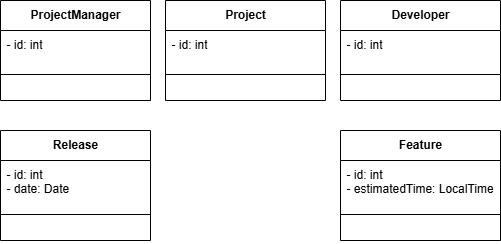
johnansa-miu/mpp keeps this draw.io diagram as lab1/problem3.png. Above is the earlier version. Source tidied: cells renumbered, new cells last; positions are measured from the earlier drawing's top-left corner, leaving out a move shared by most shapes.
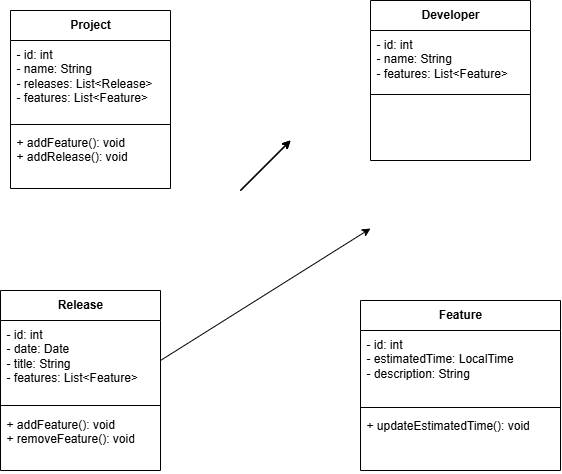
The same file after the commit.

What changed in the source:
```diff
@@ -2,65 +2,76 @@
   <root>
     <mxCell id="0" />
     <mxCell id="1" parent="0" />
-    <mxCell id="2" value="ProjectManager" style="swimlane;fontStyle=1;align=center;verticalAlign=top;horizontal=1;startSize=30;whiteSpace=wrap;html=1;" parent="1" vertex="1">
-      <mxGeometry width="150" height="100" as="geometry" />
-    </mxCell>
-    <mxCell id="3" value="- id: int" style="text;strokeColor=none;fillColor=none;align=left;verticalAlign=top;spacingLeft=4;spacingRight=4;overflow=hidden;whiteSpace=wrap;html=1;" parent="2" vertex="1">
-      <mxGeometry y="30" width="150" height="40" as="geometry" />
-    </mxCell>
-    <mxCell id="4" style="line;strokeWidth=1;fillColor=none;align=left;verticalAlign=middle;spacingTop=-1;spacingLeft=3;spacingRight=3;labelPosition=right;strokeColor=inherit;" parent="2" vertex="1">
-      <mxGeometry y="70" width="150" height="8" as="geometry" />
-    </mxCell>
-    <mxCell id="5" value="&lt;br&gt;&lt;div&gt;&lt;br&gt;&lt;/div&gt;&lt;div&gt;&lt;br&gt;&lt;/div&gt;&lt;div&gt;&lt;br&gt;&lt;/div&gt;" style="text;strokeColor=none;fillColor=none;align=left;verticalAlign=top;spacingLeft=4;spacingRight=4;overflow=hidden;whiteSpace=wrap;html=1;" parent="2" vertex="1">
-      <mxGeometry y="78" width="150" height="22" as="geometry" />
-    </mxCell>
     <mxCell id="6" value="Project" style="swimlane;fontStyle=1;align=center;verticalAlign=top;horizontal=1;startSize=30;whiteSpace=wrap;html=1;" parent="1" vertex="1">
-      <mxGeometry x="165" width="160" height="100" as="geometry" />
+      <mxGeometry x="-20" y="-10" width="160" height="178" as="geometry" />
     </mxCell>
-    <mxCell id="7" value="- id: int" style="text;strokeColor=none;fillColor=none;align=left;verticalAlign=top;spacingLeft=4;spacingRight=4;overflow=hidden;whiteSpace=wrap;html=1;" parent="6" vertex="1">
-      <mxGeometry y="30" width="160" height="40" as="geometry" />
+    <mxCell id="7" value="- id: int&lt;div&gt;- name: String&lt;/div&gt;&lt;div&gt;- releases&lt;span style=&quot;color: light-dark(rgb(0, 0, 0), rgb(255, 255, 255)); white-space-collapse: preserve; background-color: transparent;&quot;&gt;: List&amp;lt;Release&amp;gt;&lt;/span&gt;&lt;/div&gt;&lt;div&gt;- f&lt;span style=&quot;color: light-dark(rgb(0, 0, 0), rgb(255, 255, 255)); white-space-collapse: preserve; background-color: transparent;&quot;&gt;eatures: List&amp;lt;Feature&amp;gt;&lt;/span&gt;&lt;span style=&quot;color: light-dark(rgb(0, 0, 0), rgb(255, 255, 255)); white-space-collapse: preserve; background-color: transparent;&quot;&gt;&lt;/span&gt;&lt;/div&gt;" style="text;strokeColor=none;fillColor=none;align=left;verticalAlign=top;spacingLeft=4;spacingRight=4;overflow=hidden;whiteSpace=wrap;html=1;" parent="6" vertex="1">
+      <mxGeometry y="30" width="160" height="80" as="geometry" />
     </mxCell>
     <mxCell id="8" style="line;strokeWidth=1;fillColor=none;align=left;verticalAlign=middle;spacingTop=-1;spacingLeft=3;spacingRight=3;labelPosition=right;strokeColor=inherit;" parent="6" vertex="1">
-      <mxGeometry y="70" width="160" height="8" as="geometry" />
+      <mxGeometry y="110" width="160" height="8" as="geometry" />
     </mxCell>
-    <mxCell id="9" value="&lt;br&gt;&lt;div&gt;&lt;br&gt;&lt;/div&gt;&lt;div&gt;&lt;br&gt;&lt;/div&gt;&lt;div&gt;&lt;br&gt;&lt;/div&gt;" style="text;strokeColor=none;fillColor=none;align=left;verticalAlign=top;spacingLeft=4;spacingRight=4;overflow=hidden;whiteSpace=wrap;html=1;" parent="6" vertex="1">
-      <mxGeometry y="78" width="160" height="22" as="geometry" />
+    <mxCell id="9" value="&lt;div&gt;+ addFeature(): void&lt;div&gt;+ addRelease(): void&lt;/div&gt;&lt;/div&gt;" style="text;strokeColor=none;fillColor=none;align=left;verticalAlign=top;spacingLeft=4;spacingRight=4;overflow=hidden;whiteSpace=wrap;html=1;" parent="6" vertex="1">
+      <mxGeometry y="118" width="160" height="60" as="geometry" />
     </mxCell>
     <mxCell id="10" value="Release" style="swimlane;fontStyle=1;align=center;verticalAlign=top;horizontal=1;startSize=30;whiteSpace=wrap;html=1;" parent="1" vertex="1">
-      <mxGeometry y="130" width="150" height="110" as="geometry" />
+      <mxGeometry x="-30" y="270" width="160" height="180" as="geometry" />
     </mxCell>
-    <mxCell id="11" value="- id: int&lt;div&gt;&lt;span style=&quot;background-color: transparent; color: light-dark(rgb(0, 0, 0), rgb(255, 255, 255));&quot;&gt;- date: Date&lt;/span&gt;&lt;/div&gt;" style="text;strokeColor=none;fillColor=none;align=left;verticalAlign=top;spacingLeft=4;spacingRight=4;overflow=hidden;points=[[0,0.5],[1,0.5]];portConstraint=eastwest;whiteSpace=wrap;html=1;" parent="10" vertex="1">
-      <mxGeometry y="30" width="150" height="50" as="geometry" />
+    <mxCell id="11" value="- id: int&lt;div&gt;&lt;span style=&quot;background-color: transparent; color: light-dark(rgb(0, 0, 0), rgb(255, 255, 255));&quot;&gt;- date: Date&lt;br&gt;&lt;/span&gt;- title: String&lt;span style=&quot;background-color: transparent; color: light-dark(rgb(0, 0, 0), rgb(255, 255, 255));&quot;&gt;&lt;/span&gt;&lt;/div&gt;&lt;div&gt;- f&lt;span style=&quot;white-space-collapse: preserve; background-color: transparent; color: light-dark(rgb(0, 0, 0), rgb(255, 255, 255));&quot;&gt;eatures: List&amp;lt;Feature&amp;gt;&lt;/span&gt;&lt;/div&gt;" style="text;strokeColor=none;fillColor=none;align=left;verticalAlign=top;spacingLeft=4;spacingRight=4;overflow=hidden;points=[[0,0.5],[1,0.5]];portConstraint=eastwest;whiteSpace=wrap;html=1;" parent="10" vertex="1">
+      <mxGeometry y="30" width="160" height="80" as="geometry" />
     </mxCell>
     <mxCell id="12" style="line;strokeWidth=1;fillColor=none;align=left;verticalAlign=middle;spacingTop=-1;spacingLeft=3;spacingRight=3;labelPosition=right;strokeColor=inherit;" parent="10" vertex="1">
-      <mxGeometry y="80" width="150" height="8" as="geometry" />
+      <mxGeometry y="110" width="160" height="10" as="geometry" />
     </mxCell>
-    <mxCell id="13" value="&lt;br&gt;&lt;div&gt;&lt;br&gt;&lt;/div&gt;&lt;div&gt;&lt;br&gt;&lt;/div&gt;&lt;div&gt;&lt;br&gt;&lt;/div&gt;" style="text;strokeColor=none;fillColor=none;align=left;verticalAlign=top;spacingLeft=4;spacingRight=4;overflow=hidden;whiteSpace=wrap;html=1;" parent="10" vertex="1">
-      <mxGeometry y="88" width="150" height="22" as="geometry" />
+    <mxCell id="13" value="+ addFeature(): void&lt;div&gt;+ removeFeature(): void&lt;/div&gt;" style="text;strokeColor=none;fillColor=none;align=left;verticalAlign=top;spacingLeft=4;spacingRight=4;overflow=hidden;whiteSpace=wrap;html=1;" parent="10" vertex="1">
+      <mxGeometry y="120" width="160" height="60" as="geometry" />
     </mxCell>
     <mxCell id="14" value="Feature" style="swimlane;fontStyle=1;align=center;verticalAlign=top;horizontal=1;startSize=30;whiteSpace=wrap;html=1;" parent="1" vertex="1">
-      <mxGeometry x="340" y="130" width="160" height="110" as="geometry" />
+      <mxGeometry x="330" y="280" width="200" height="170" as="geometry" />
     </mxCell>
-    <mxCell id="15" value="- id: int&lt;div&gt;&lt;span style=&quot;background-color: transparent; color: light-dark(rgb(0, 0, 0), rgb(255, 255, 255));&quot;&gt;- estimatedTime: LocalTime&lt;/span&gt;&lt;/div&gt;" style="text;strokeColor=none;fillColor=none;align=left;verticalAlign=top;spacingLeft=4;spacingRight=4;overflow=hidden;whiteSpace=wrap;html=1;" parent="14" vertex="1">
-      <mxGeometry y="30" width="160" height="50" as="geometry" />
+    <mxCell id="15" value="- id: int&lt;div&gt;&lt;span style=&quot;background-color: transparent; color: light-dark(rgb(0, 0, 0), rgb(255, 255, 255));&quot;&gt;- estimatedTime: LocalTime&lt;/span&gt;&lt;/div&gt;&lt;div&gt;- description: String&lt;span style=&quot;background-color: transparent; color: light-dark(rgb(0, 0, 0), rgb(255, 255, 255));&quot;&gt;&lt;/span&gt;&lt;/div&gt;" style="text;strokeColor=none;fillColor=none;align=left;verticalAlign=top;spacingLeft=4;spacingRight=4;overflow=hidden;whiteSpace=wrap;html=1;" parent="14" vertex="1">
+      <mxGeometry y="30" width="200" height="73" as="geometry" />
     </mxCell>
     <mxCell id="16" style="line;strokeWidth=1;fillColor=none;align=left;verticalAlign=middle;spacingTop=-1;spacingLeft=3;spacingRight=3;labelPosition=right;strokeColor=inherit;" parent="14" vertex="1">
-      <mxGeometry y="80" width="160" height="8" as="geometry" />
+      <mxGeometry y="103" width="200" height="8" as="geometry" />
     </mxCell>
-    <mxCell id="17" value="&lt;br&gt;&lt;div&gt;&lt;br&gt;&lt;/div&gt;&lt;div&gt;&lt;br&gt;&lt;/div&gt;&lt;div&gt;&lt;br&gt;&lt;/div&gt;" style="text;strokeColor=none;fillColor=none;align=left;verticalAlign=top;spacingLeft=4;spacingRight=4;overflow=hidden;whiteSpace=wrap;html=1;" parent="14" vertex="1">
-      <mxGeometry y="88" width="160" height="22" as="geometry" />
+    <mxCell id="17" value="&lt;div&gt;+ updateEstimatedTime(): void&lt;/div&gt;&lt;div&gt;&lt;br&gt;&lt;/div&gt;" style="text;strokeColor=none;fillColor=none;align=left;verticalAlign=top;spacingLeft=4;spacingRight=4;overflow=hidden;whiteSpace=wrap;html=1;" parent="14" vertex="1">
+      <mxGeometry y="111" width="200" height="59" as="geometry" />
     </mxCell>
     <mxCell id="18" value="Developer" style="swimlane;fontStyle=1;align=center;verticalAlign=top;horizontal=1;startSize=30;whiteSpace=wrap;html=1;" parent="1" vertex="1">
-      <mxGeometry x="340" width="160" height="100" as="geometry" />
+      <mxGeometry x="340" y="-20" width="160" height="160" as="geometry" />
     </mxCell>
-    <mxCell id="19" value="- id: int" style="text;strokeColor=none;fillColor=none;align=left;verticalAlign=top;spacingLeft=4;spacingRight=4;overflow=hidden;whiteSpace=wrap;html=1;" parent="18" vertex="1">
-      <mxGeometry y="30" width="160" height="40" as="geometry" />
+    <mxCell id="19" value="- id: int&lt;div&gt;- name: String&lt;/div&gt;&lt;div&gt;-&amp;nbsp;&lt;span style=&quot;background-color: transparent; color: light-dark(rgb(0, 0, 0), rgb(255, 255, 255));&quot;&gt;f&lt;/span&gt;&lt;span style=&quot;background-color: transparent; color: light-dark(rgb(0, 0, 0), rgb(255, 255, 255)); white-space-collapse: preserve;&quot;&gt;eatures: List&amp;lt;Feature&amp;gt;&lt;/span&gt;&lt;/div&gt;" style="text;strokeColor=none;fillColor=none;align=left;verticalAlign=top;spacingLeft=4;spacingRight=4;overflow=hidden;whiteSpace=wrap;html=1;" parent="18" vertex="1">
+      <mxGeometry y="30" width="160" height="60" as="geometry" />
     </mxCell>
     <mxCell id="20" style="line;strokeWidth=1;fillColor=none;align=left;verticalAlign=middle;spacingTop=-1;spacingLeft=3;spacingRight=3;labelPosition=right;strokeColor=inherit;" parent="18" vertex="1">
-      <mxGeometry y="70" width="160" height="8" as="geometry" />
+      <mxGeometry y="90" width="160" height="8" as="geometry" />
     </mxCell>
     <mxCell id="21" value="&lt;br&gt;&lt;div&gt;&lt;br&gt;&lt;/div&gt;&lt;div&gt;&lt;br&gt;&lt;/div&gt;&lt;div&gt;&lt;br&gt;&lt;/div&gt;" style="text;strokeColor=none;fillColor=none;align=left;verticalAlign=top;spacingLeft=4;spacingRight=4;overflow=hidden;whiteSpace=wrap;html=1;" parent="18" vertex="1">
-      <mxGeometry y="78" width="160" height="22" as="geometry" />
+      <mxGeometry y="98" width="160" height="62" as="geometry" />
     </mxCell>
+    <mxCell id="22" style="endArrow=classic;html=1;rounded=0;exitX=1;exitY=0.5;exitDx=0;exitDy=0;entryX=0;entryY=0.644;entryDx=0;entryDy=0;entryPerimeter=0;" parent="1" edge="1" source="11">
+      <mxGeometry relative="1" as="geometry">
+        <mxPoint x="340" y="208" as="targetPoint" />
+      </mxGeometry>
+    </mxCell>
+    <mxCell id="23" style="endArrow=classic;html=1;rounded=0;" parent="1" edge="1">
+      <mxGeometry relative="1" as="geometry">
+        <mxPoint x="210" y="170" as="sourcePoint" />
+        <mxPoint x="260" y="120" as="targetPoint" />
+      </mxGeometry>
+    </mxCell>
+    <mxCell id="24" style="endArrow=classic;html=1;rounded=0;" parent="1" edge="1">
+      <mxGeometry relative="1" as="geometry">
+        <mxPoint x="210" y="170" as="sourcePoint" />
+        <mxPoint x="260" y="120" as="targetPoint" />
+      </mxGeometry>
+    </mxCell>
+    <mxCell id="25" style="endArrow=classic;html=1;rounded=0;" parent="1" edge="1">
+      <mxGeometry relative="1" as="geometry">
+        <mxPoint x="210" y="170" as="sourcePoint" />
+        <mxPoint x="260" y="120" as="targetPoint" />
+      </mxGeometry>
+    </mxCell>
   </root>
 </mxGraphModel>
```
